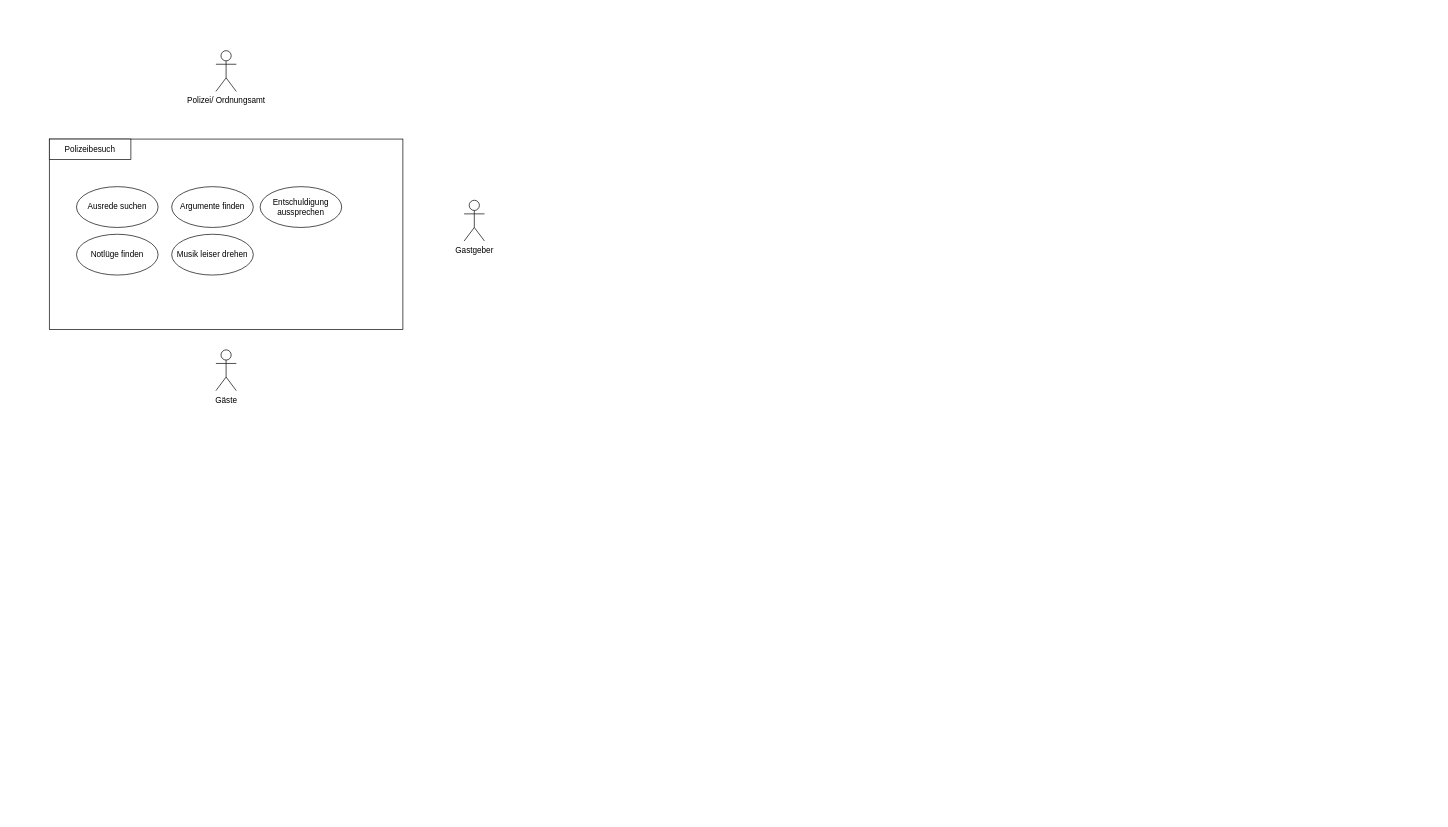
This is 06-09 Anwendungsfalldiagramm und Aktivitätsdiagramm/Aufgabe06/Aufgabe06.drawio from R4Tobi/modellierung, a draw.io file, before an edit. Source tidied: cells renumbered, new cells numbered last; positions are measured from the earlier drawing's top-left corner, leaving out a move shared by most shapes. Both pictures are drawn from the tidied source at 68%, with x=0, y=0 at pixel (49, 50).
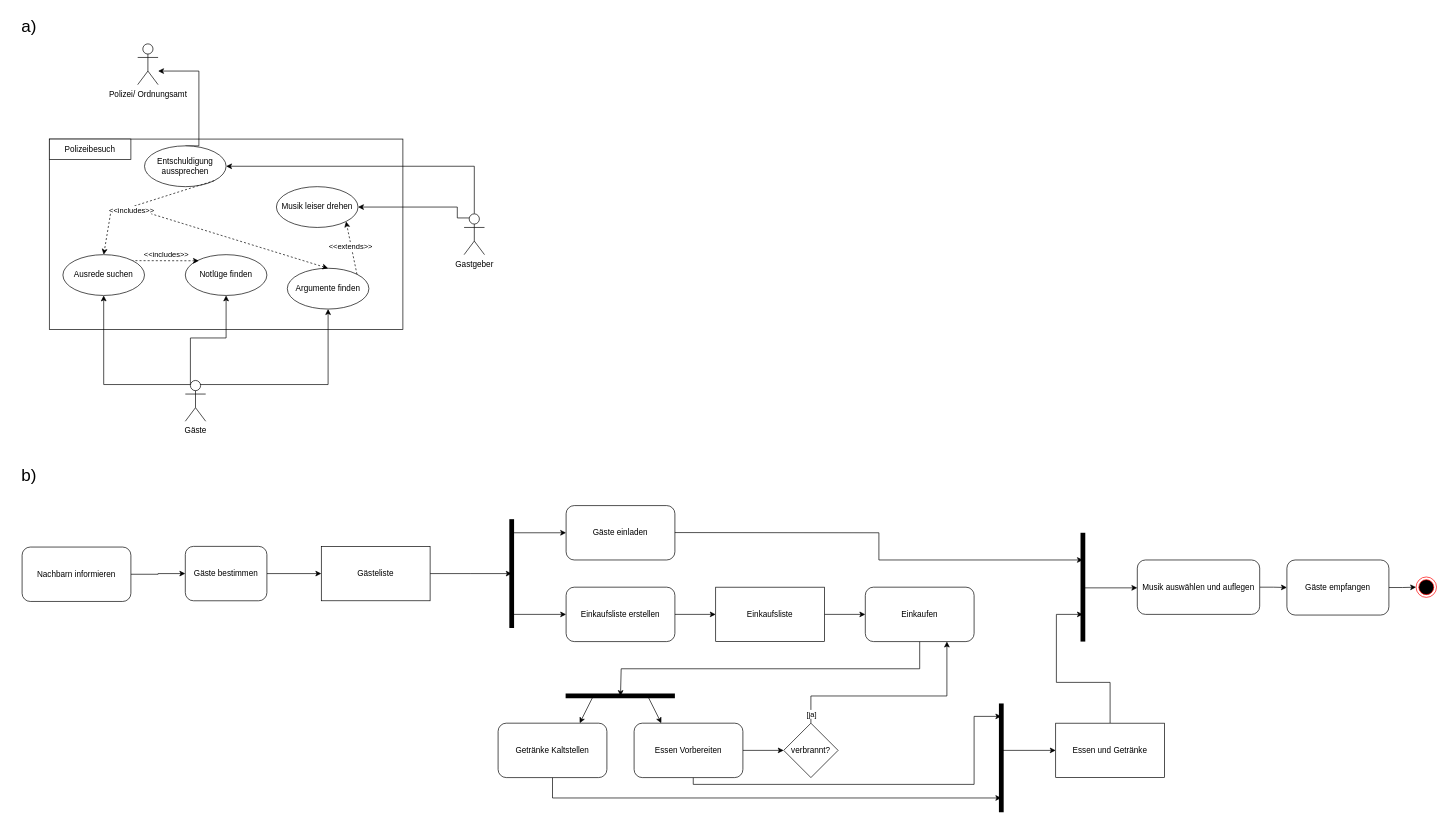
Above is the later version.

What changed in the source:
```diff
@@
     <mxCell id="4" value="Polizei/ Ordnungsamt" style="shape=umlActor;verticalLabelPosition=bottom;verticalAlign=top;html=1;" parent="1" vertex="1">
-      <mxGeometry x="245" width="30" height="60" as="geometry" />
+      <mxGeometry x="130" y="-10" width="30" height="60" as="geometry" />
     </mxCell>
+    <mxCell id="12" style="edgeStyle=orthogonalEdgeStyle;rounded=0;jettySize=auto;html=1;entryX=1;entryY=0.5;entryDx=0;entryDy=0;" parent="1" edge="1" source="5" target="11">
+      <mxGeometry relative="1" as="geometry">
+        <Array as="points">
+          <mxPoint x="625" y="170" />
+        </Array>
+      </mxGeometry>
+    </mxCell>
+    <mxCell id="13" style="edgeStyle=orthogonalEdgeStyle;rounded=0;jettySize=auto;html=1;exitX=0.25;exitY=0.1;exitDx=0;exitDy=0;exitPerimeter=0;entryX=1;entryY=0.5;entryDx=0;entryDy=0;" parent="1" edge="1" source="5" target="10">
+      <mxGeometry relative="1" as="geometry">
+        <Array as="points">
+          <mxPoint x="600" y="246" />
+          <mxPoint x="600" y="230" />
+        </Array>
+      </mxGeometry>
+    </mxCell>
     <mxCell id="5" value="Gastgeber" style="shape=umlActor;verticalLabelPosition=bottom;verticalAlign=top;html=1;" parent="1" vertex="1">
-      <mxGeometry x="610" y="220" width="30" height="60" as="geometry" />
+      <mxGeometry x="610" y="240" width="30" height="60" as="geometry" />
     </mxCell>
+    <mxCell id="14" style="edgeStyle=orthogonalEdgeStyle;rounded=0;jettySize=auto;html=1;entryX=0.5;entryY=1;entryDx=0;entryDy=0;exitX=0.25;exitY=0.1;exitDx=0;exitDy=0;exitPerimeter=0;" parent="1" edge="1" source="6" target="9">
+      <mxGeometry relative="1" as="geometry" />
+    </mxCell>
+    <mxCell id="15" style="edgeStyle=orthogonalEdgeStyle;rounded=0;jettySize=auto;html=1;exitX=0.25;exitY=0.1;exitDx=0;exitDy=0;exitPerimeter=0;entryX=0.5;entryY=1;entryDx=0;entryDy=0;" parent="1" edge="1" source="6" target="8">
+      <mxGeometry relative="1" as="geometry" />
+    </mxCell>
+    <mxCell id="16" style="edgeStyle=orthogonalEdgeStyle;rounded=0;jettySize=auto;html=1;exitX=0.75;exitY=0.1;exitDx=0;exitDy=0;exitPerimeter=0;entryX=0.5;entryY=1;entryDx=0;entryDy=0;" parent="1" edge="1" source="6" target="7">
+      <mxGeometry relative="1" as="geometry" />
+    </mxCell>
     <mxCell id="6" value="Gäste" style="shape=umlActor;verticalLabelPosition=bottom;verticalAlign=top;html=1;" parent="1" vertex="1">
-      <mxGeometry x="245" y="440" width="30" height="60" as="geometry" />
+      <mxGeometry x="200" y="485" width="30" height="60" as="geometry" />
     </mxCell>
     <mxCell id="7" value="Ausrede suchen" style="ellipse;whiteSpace=wrap;html=1;" parent="1" vertex="1">
-      <mxGeometry x="40" y="200" width="120" height="60" as="geometry" />
+      <mxGeometry x="20" y="300" width="120" height="60" as="geometry" />
     </mxCell>
     <mxCell id="8" value="Notlüge finden" style="ellipse;whiteSpace=wrap;html=1;" parent="1" vertex="1">
-      <mxGeometry x="40" y="270" width="120" height="60" as="geometry" />
+      <mxGeometry x="200" y="300" width="120" height="60" as="geometry" />
     </mxCell>
     <mxCell id="9" value="Argumente finden" style="ellipse;whiteSpace=wrap;html=1;" parent="1" vertex="1">
-      <mxGeometry x="180" y="200" width="120" height="60" as="geometry" />
+      <mxGeometry x="350" y="320" width="120" height="60" as="geometry" />
     </mxCell>
     <mxCell id="10" value="Musik leiser drehen" style="ellipse;whiteSpace=wrap;html=1;" parent="1" vertex="1">
-      <mxGeometry x="180" y="270" width="120" height="60" as="geometry" />
+      <mxGeometry x="334" y="200" width="120" height="60" as="geometry" />
     </mxCell>
+    <mxCell id="17" style="edgeStyle=orthogonalEdgeStyle;rounded=0;jettySize=auto;html=1;exitX=0.5;exitY=0;exitDx=0;exitDy=0;" parent="1" edge="1" source="11" target="4">
+      <mxGeometry relative="1" as="geometry">
+        <Array as="points">
+          <mxPoint x="220" y="30" />
+        </Array>
+      </mxGeometry>
+    </mxCell>
     <mxCell id="11" value="Entschuldigung aussprechen" style="ellipse;whiteSpace=wrap;html=1;" parent="1" vertex="1">
-      <mxGeometry x="310" y="200" width="120" height="60" as="geometry" />
+      <mxGeometry x="140" y="140" width="120" height="60" as="geometry" />
     </mxCell>
+    <mxCell id="18" style="endArrow=none;dashed=1;html=1;rounded=0;entryX=1;entryY=0;entryDx=0;entryDy=0;endFill=0;startArrow=classic;startFill=1;" parent="1" edge="1" target="7">
+      <mxGeometry relative="1" as="geometry">
+        <mxPoint x="220" y="309" as="sourcePoint" />
+      </mxGeometry>
+    </mxCell>
+    <mxCell id="19" value="&amp;lt;&amp;lt;includes&amp;gt;&amp;gt;" style="edgeLabel;html=1;align=center;verticalAlign=middle;" parent="18" vertex="1">
+      <mxGeometry x="0.01" relative="1" as="geometry">
+        <mxPoint y="-9" as="offset" />
+      </mxGeometry>
+    </mxCell>
+    <mxCell id="20" style="endArrow=classic;html=1;strokeWidth=1;rounded=0;exitX=1;exitY=0;exitDx=0;exitDy=0;entryX=1;entryY=1;entryDx=0;entryDy=0;dashed=1;endFill=1;" parent="1" edge="1" source="9" target="10">
+      <mxGeometry relative="1" as="geometry" />
+    </mxCell>
+    <mxCell id="21" value="&amp;lt;&amp;lt;extends&amp;gt;&amp;gt;" style="edgeLabel;html=1;align=center;verticalAlign=middle;" parent="20" vertex="1">
+      <mxGeometry x="0.06" y="1" relative="1" as="geometry" />
+    </mxCell>
+    <mxCell id="22" style="endArrow=none;dashed=1;html=1;strokeWidth=1;rounded=0;exitX=1;exitY=1;exitDx=0;exitDy=0;endFill=0;" parent="1" edge="1" source="11">
+      <mxGeometry relative="1" as="geometry">
+        <mxPoint x="120" y="230" as="targetPoint" />
+      </mxGeometry>
+    </mxCell>
+    <mxCell id="23" value="&amp;lt;&amp;lt;includes&amp;gt;&amp;gt;" style="edgeLabel;html=1;align=center;verticalAlign=middle;labelBackgroundColor=#FFFFFF;spacing=6;spacingTop=0;spacingLeft=1;labelBorderColor=none;spacingRight=1;" parent="22" vertex="1">
+      <mxGeometry x="0.01" y="-1" relative="1" as="geometry">
+        <mxPoint x="-60" y="25" as="offset" />
+      </mxGeometry>
+    </mxCell>
+    <mxCell id="24" style="endArrow=none;dashed=1;html=1;strokeWidth=1;rounded=0;exitX=0.5;exitY=0;exitDx=0;exitDy=0;endFill=0;startArrow=classic;startFill=1;" parent="1" edge="1" source="9">
+      <mxGeometry relative="1" as="geometry">
+        <mxPoint x="150" y="240" as="targetPoint" />
+      </mxGeometry>
+    </mxCell>
+    <mxCell id="25" style="endArrow=classic;dashed=1;html=1;strokeWidth=1;rounded=0;entryX=0.5;entryY=0;entryDx=0;entryDy=0;endFill=1;" parent="1" edge="1" target="7">
+      <mxGeometry relative="1" as="geometry">
+        <mxPoint x="90" y="240" as="sourcePoint" />
+      </mxGeometry>
+    </mxCell>
+    <mxCell id="26" value="&lt;font style=&quot;font-size: 25px;&quot;&gt;a)&lt;/font&gt;" style="text;html=1;align=center;verticalAlign=middle;strokeColor=none;fillColor=none;" parent="1" vertex="1">
+      <mxGeometry x="-55" y="-57" width="50" height="40" as="geometry" />
+    </mxCell>
+    <mxCell id="27" value="&lt;font style=&quot;font-size: 25px;&quot;&gt;b)&lt;/font&gt;" style="text;html=1;align=center;verticalAlign=middle;strokeColor=none;fillColor=none;" parent="1" vertex="1">
+      <mxGeometry x="-55" y="603" width="50" height="40" as="geometry" />
+    </mxCell>
+    <mxCell id="28" style="edgeStyle=orthogonalEdgeStyle;rounded=0;jettySize=auto;html=1;entryX=0;entryY=0.5;entryDx=0;entryDy=0;" parent="1" edge="1" source="29" target="31">
+      <mxGeometry relative="1" as="geometry" />
+    </mxCell>
+    <mxCell id="29" value="Gäste bestimmen" style="rounded=1;whiteSpace=wrap;html=1;" parent="1" vertex="1">
+      <mxGeometry x="200" y="729" width="120" height="80" as="geometry" />
+    </mxCell>
+    <mxCell id="30" style="edgeStyle=orthogonalEdgeStyle;rounded=0;jettySize=auto;html=1;" parent="1" edge="1" source="31">
+      <mxGeometry relative="1" as="geometry">
+        <mxPoint x="680" y="769" as="targetPoint" />
+      </mxGeometry>
+    </mxCell>
+    <mxCell id="31" value="Gästeliste" style="rounded=0;whiteSpace=wrap;html=1;" parent="1" vertex="1">
+      <mxGeometry x="400" y="729" width="160" height="80" as="geometry" />
+    </mxCell>
+    <mxCell id="32" value="Gäste einladen" style="rounded=1;whiteSpace=wrap;html=1;" parent="1" vertex="1">
+      <mxGeometry x="760" y="669" width="160" height="80" as="geometry" />
+    </mxCell>
+    <mxCell id="33" style="edgeStyle=orthogonalEdgeStyle;rounded=0;jettySize=auto;html=1;entryX=0;entryY=0.5;entryDx=0;entryDy=0;" parent="1" edge="1" source="34" target="48">
+      <mxGeometry relative="1" as="geometry" />
+    </mxCell>
+    <mxCell id="34" value="Einkaufsliste erstellen" style="rounded=1;whiteSpace=wrap;html=1;" parent="1" vertex="1">
+      <mxGeometry x="760" y="789" width="160" height="80" as="geometry" />
+    </mxCell>
+    <mxCell id="35" style="endArrow=none;html=1;rounded=0;strokeWidth=7;" parent="1" edge="1">
+      <mxGeometry relative="1" as="geometry">
+        <mxPoint x="680" y="849" as="sourcePoint" />
+        <mxPoint x="680" y="689" as="targetPoint" />
+      </mxGeometry>
+    </mxCell>
+    <mxCell id="36" style="endArrow=classic;html=1;rounded=0;entryX=0;entryY=0.5;entryDx=0;entryDy=0;" parent="1" edge="1" target="32">
+      <mxGeometry relative="1" as="geometry">
+        <mxPoint x="680" y="709" as="sourcePoint" />
+      </mxGeometry>
+    </mxCell>
+    <mxCell id="37" style="endArrow=classic;html=1;rounded=0;entryX=0;entryY=0.5;entryDx=0;entryDy=0;" parent="1" edge="1" target="34">
+      <mxGeometry relative="1" as="geometry">
+        <mxPoint x="680" y="829" as="sourcePoint" />
+      </mxGeometry>
+    </mxCell>
+    <mxCell id="38" style="endArrow=none;html=1;rounded=0;strokeWidth=7;" parent="1" edge="1">
+      <mxGeometry relative="1" as="geometry">
+        <mxPoint x="1520" y="869" as="sourcePoint" />
+        <mxPoint x="1520" y="709" as="targetPoint" />
+      </mxGeometry>
+    </mxCell>
+    <mxCell id="39" style="endArrow=classic;html=1;rounded=0;" parent="1" edge="1">
+      <mxGeometry relative="1" as="geometry">
+        <mxPoint x="920" y="708.7" as="sourcePoint" />
+        <mxPoint x="1520" y="749" as="targetPoint" />
+        <Array as="points">
+          <mxPoint x="1220" y="709" />
+          <mxPoint x="1220" y="749" />
+        </Array>
+      </mxGeometry>
+    </mxCell>
+    <mxCell id="40" style="endArrow=none;html=1;rounded=0;strokeWidth=7;" parent="1" edge="1">
+      <mxGeometry relative="1" as="geometry">
+        <mxPoint x="920" y="949" as="sourcePoint" />
+        <mxPoint x="759.3" y="949" as="targetPoint" />
+      </mxGeometry>
+    </mxCell>
+    <mxCell id="41" style="edgeStyle=orthogonalEdgeStyle;rounded=0;jettySize=auto;html=1;entryX=0;entryY=0.5;entryDx=0;entryDy=0;" parent="1" edge="1" source="43" target="52">
+      <mxGeometry relative="1" as="geometry" />
+    </mxCell>
+    <mxCell id="42" style="edgeStyle=orthogonalEdgeStyle;rounded=0;orthogonalLoop=1;jettySize=auto;html=1;" parent="1" edge="1">
+      <mxGeometry relative="1" as="geometry">
+        <mxPoint x="947" y="1069" as="sourcePoint" />
+        <mxPoint x="1400" y="979" as="targetPoint" />
+        <Array as="points">
+          <mxPoint x="947" y="1079" />
+          <mxPoint x="1360" y="1079" />
+        </Array>
+      </mxGeometry>
+    </mxCell>
+    <mxCell id="43" value="Essen Vorbereiten" style="rounded=1;whiteSpace=wrap;html=1;" parent="1" vertex="1">
+      <mxGeometry x="860" y="989" width="160" height="80" as="geometry" />
+    </mxCell>
+    <mxCell id="44" style="edgeStyle=orthogonalEdgeStyle;rounded=0;jettySize=auto;html=1;" parent="1" edge="1" source="45">
+      <mxGeometry relative="1" as="geometry">
+        <mxPoint x="1400" y="1099" as="targetPoint" />
+        <Array as="points">
+          <mxPoint x="740" y="1099" />
+        </Array>
+      </mxGeometry>
+    </mxCell>
+    <mxCell id="45" value="Getränke Kaltstellen" style="rounded=1;whiteSpace=wrap;html=1;" parent="1" vertex="1">
+      <mxGeometry x="660" y="989" width="160" height="80" as="geometry" />
+    </mxCell>
+    <mxCell id="46" style="endArrow=classic;html=1;rounded=0;entryX=0.25;entryY=0;entryDx=0;entryDy=0;" parent="1" edge="1" target="43">
+      <mxGeometry relative="1" as="geometry">
+        <mxPoint x="880" y="949" as="sourcePoint" />
+      </mxGeometry>
+    </mxCell>
+    <mxCell id="47" style="edgeStyle=orthogonalEdgeStyle;rounded=0;jettySize=auto;html=1;entryX=0;entryY=0.5;entryDx=0;entryDy=0;" parent="1" edge="1" source="48" target="50">
+      <mxGeometry relative="1" as="geometry" />
+    </mxCell>
+    <mxCell id="48" value="Einkaufsliste" style="rounded=0;whiteSpace=wrap;html=1;" parent="1" vertex="1">
+      <mxGeometry x="980" y="789" width="160" height="80" as="geometry" />
+    </mxCell>
+    <mxCell id="49" style="edgeStyle=orthogonalEdgeStyle;rounded=0;jettySize=auto;html=1;" parent="1" edge="1" source="50">
+      <mxGeometry relative="1" as="geometry">
+        <mxPoint x="840" y="949" as="targetPoint" />
+        <Array as="points">
+          <mxPoint x="1280" y="909" />
+          <mxPoint x="841" y="909" />
+        </Array>
+      </mxGeometry>
+    </mxCell>
+    <mxCell id="50" value="Einkaufen" style="rounded=1;whiteSpace=wrap;html=1;" parent="1" vertex="1">
+      <mxGeometry x="1200" y="789" width="160" height="80" as="geometry" />
+    </mxCell>
+    <mxCell id="51" style="endArrow=classic;html=1;rounded=0;entryX=0.75;entryY=0;entryDx=0;entryDy=0;" parent="1" edge="1" target="45">
+      <mxGeometry relative="1" as="geometry">
+        <mxPoint x="800" y="949" as="sourcePoint" />
+      </mxGeometry>
+    </mxCell>
+    <mxCell id="52" value="verbrannt?" style="rhombus;whiteSpace=wrap;html=1;" parent="1" vertex="1">
+      <mxGeometry x="1080" y="989" width="80" height="80" as="geometry" />
+    </mxCell>
+    <mxCell id="53" style="edgeStyle=orthogonalEdgeStyle;rounded=0;jettySize=auto;html=1;entryX=0.75;entryY=1;entryDx=0;entryDy=0;exitX=0.5;exitY=0;exitDx=0;exitDy=0;" parent="1" edge="1" source="52" target="50">
+      <mxGeometry relative="1" as="geometry">
+        <Array as="points">
+          <mxPoint x="1120" y="949" />
+          <mxPoint x="1320" y="949" />
+        </Array>
+      </mxGeometry>
+    </mxCell>
+    <mxCell id="54" value="[ja]" style="edgeLabel;html=1;align=center;verticalAlign=middle;" parent="53" vertex="1">
+      <mxGeometry x="-0.91" relative="1" as="geometry" />
+    </mxCell>
+    <mxCell id="55" style="edgeStyle=orthogonalEdgeStyle;rounded=0;jettySize=auto;html=1;" parent="1" edge="1" source="56">
+      <mxGeometry relative="1" as="geometry">
+        <mxPoint x="1520" y="829" as="targetPoint" />
+        <Array as="points">
+          <mxPoint x="1560" y="929" />
+          <mxPoint x="1481" y="929" />
+        </Array>
+      </mxGeometry>
+    </mxCell>
+    <mxCell id="56" value="Essen und Getränke" style="rounded=0;whiteSpace=wrap;html=1;" parent="1" vertex="1">
+      <mxGeometry x="1480" y="989" width="160" height="80" as="geometry" />
+    </mxCell>
+    <mxCell id="57" style="endArrow=none;html=1;rounded=0;strokeWidth=7;" parent="1" edge="1">
+      <mxGeometry relative="1" as="geometry">
+        <mxPoint x="1400" y="1120" as="sourcePoint" />
+        <mxPoint x="1400" y="960" as="targetPoint" />
+      </mxGeometry>
+    </mxCell>
+    <mxCell id="58" style="endArrow=classic;html=1;rounded=0;entryX=0;entryY=0.5;entryDx=0;entryDy=0;" parent="1" edge="1" target="56">
+      <mxGeometry relative="1" as="geometry">
+        <mxPoint x="1400" y="1029" as="sourcePoint" />
+      </mxGeometry>
+    </mxCell>
+    <mxCell id="59" style="edgeStyle=orthogonalEdgeStyle;rounded=0;jettySize=auto;html=1;entryX=0;entryY=0.5;entryDx=0;entryDy=0;" parent="1" edge="1" source="60" target="29">
+      <mxGeometry relative="1" as="geometry" />
+    </mxCell>
+    <mxCell id="60" value="Nachbarn informieren" style="rounded=1;whiteSpace=wrap;html=1;" parent="1" vertex="1">
+      <mxGeometry x="-40" y="730" width="160" height="80" as="geometry" />
+    </mxCell>
+    <mxCell id="61" style="endArrow=classic;html=1;rounded=0;" parent="1" edge="1">
+      <mxGeometry relative="1" as="geometry">
+        <mxPoint x="1520" y="790" as="sourcePoint" />
+        <mxPoint x="1600" y="790" as="targetPoint" />
+      </mxGeometry>
+    </mxCell>
+    <mxCell id="62" style="edgeStyle=orthogonalEdgeStyle;rounded=0;jettySize=auto;html=1;" parent="1" edge="1" source="63" target="65">
+      <mxGeometry relative="1" as="geometry" />
+    </mxCell>
+    <mxCell id="63" value="Musik auswählen und auflegen" style="rounded=1;whiteSpace=wrap;html=1;" parent="1" vertex="1">
+      <mxGeometry x="1600" y="749" width="180" height="80" as="geometry" />
+    </mxCell>
+    <mxCell id="64" style="edgeStyle=orthogonalEdgeStyle;rounded=0;jettySize=auto;html=1;" parent="1" edge="1" source="65" target="66">
+      <mxGeometry relative="1" as="geometry" />
+    </mxCell>
+    <mxCell id="65" value="Gäste empfangen" style="rounded=1;whiteSpace=wrap;html=1;" parent="1" vertex="1">
+      <mxGeometry x="1820" y="749" width="150" height="81" as="geometry" />
+    </mxCell>
+    <mxCell id="66" style="ellipse;html=1;shape=endState;fillColor=#000000;strokeColor=#ff0000;" parent="1" vertex="1">
+      <mxGeometry x="2010" y="774" width="30" height="30" as="geometry" />
+    </mxCell>
```
